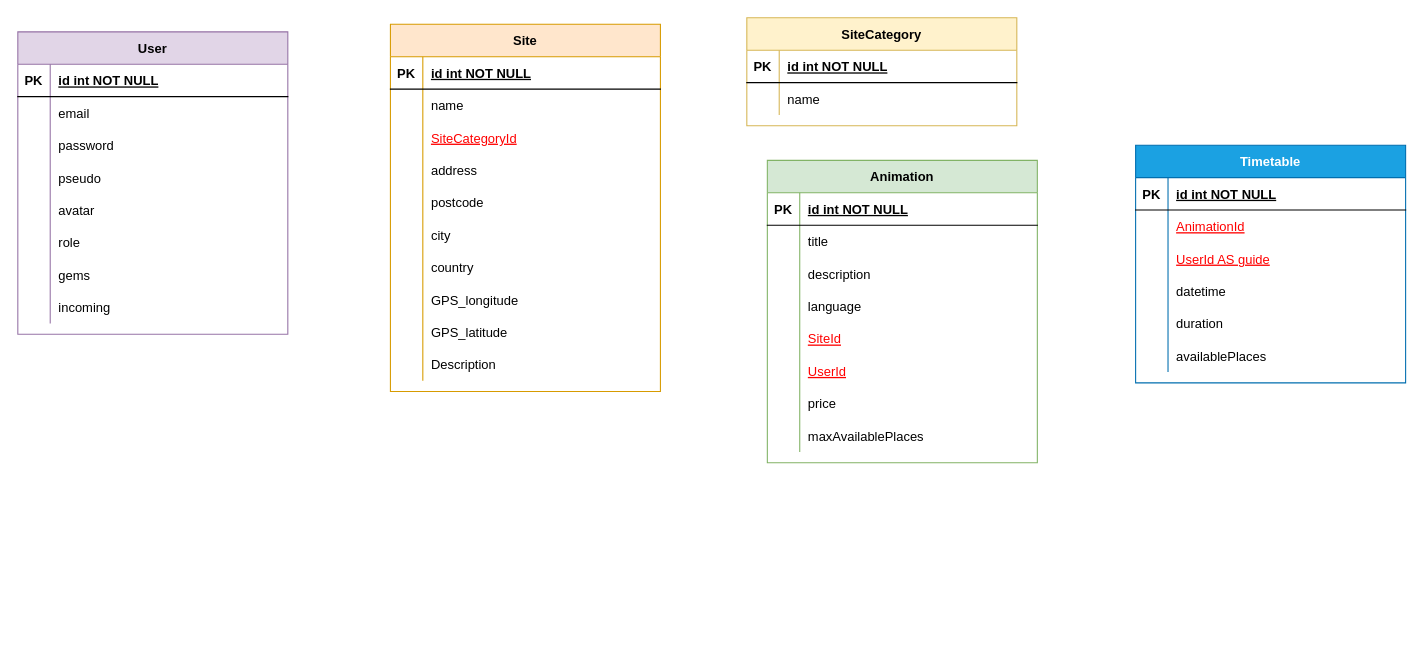
This is ressources/Untitled Diagram.drawio from DuboisCecile/Checkpoint-4-front, a draw.io file, before an edit. Source tidied: cells renumbered, new cells numbered last; positions are measured from the earlier drawing's top-left corner, leaving out a move shared by most shapes. Both pictures are drawn from the tidied source at 108%, with x=0, y=0 at pixel (17, 17).
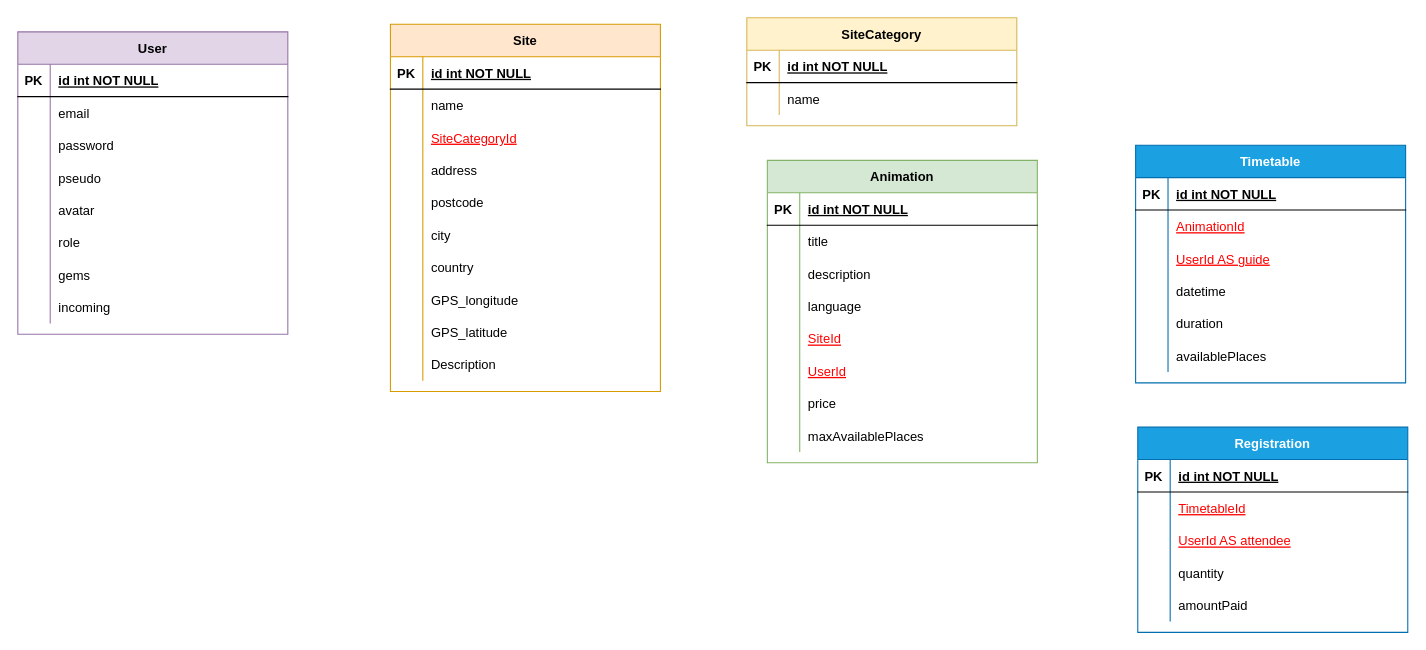
After the change.

Commit message:
Added Registration table

Change to the diagram source:
```diff
@@
+    <mxCell id="109" value="Registration" style="shape=table;startSize=30;childLayout=tableLayout;rowLines=0;fontStyle=1;align=center;fillColor=#1ba1e2;strokeColor=#006EAF;fontColor=#ffffff;" parent="1" vertex="1">
+      <mxGeometry x="1037" y="379" width="250" height="190" as="geometry" />
+    </mxCell>
+    <mxCell id="110" style="shape=partialRectangle;fillColor=none;top=0;left=0;right=0;bottom=1;" parent="109" vertex="1">
+      <mxGeometry y="30" width="250" height="30" as="geometry" />
+    </mxCell>
+    <mxCell id="111" value="PK" style="shape=partialRectangle;overflow=hidden;fillColor=none;top=0;left=0;bottom=0;right=0;fontStyle=1;" parent="110" vertex="1">
+      <mxGeometry width="30" height="30" as="geometry" />
+    </mxCell>
+    <mxCell id="112" value="id int NOT NULL " style="shape=partialRectangle;overflow=hidden;fillColor=none;top=0;left=0;bottom=0;right=0;align=left;spacingLeft=6;fontStyle=5;" parent="110" vertex="1">
+      <mxGeometry x="30" width="220" height="30" as="geometry" />
+    </mxCell>
+    <mxCell id="113" style="shape=partialRectangle;fillColor=none;top=0;left=0;bottom=0;right=0;" parent="109" vertex="1">
+      <mxGeometry y="60" width="250" height="30" as="geometry" />
+    </mxCell>
+    <mxCell id="114" style="shape=partialRectangle;fillColor=none;top=0;left=0;bottom=0;right=0;overflow=hidden;" parent="113" vertex="1">
+      <mxGeometry width="30" height="30" as="geometry" />
+    </mxCell>
+    <mxCell id="115" value="TimetableId" style="shape=partialRectangle;fillColor=none;top=0;left=0;bottom=0;right=0;align=left;spacingLeft=6;overflow=hidden;fontStyle=4;fontColor=#FF0000;" parent="113" vertex="1">
+      <mxGeometry x="30" width="220" height="30" as="geometry" />
+    </mxCell>
+    <mxCell id="116" style="shape=partialRectangle;fillColor=none;top=0;left=0;bottom=0;right=0;" parent="109" vertex="1">
+      <mxGeometry y="90" width="250" height="30" as="geometry" />
+    </mxCell>
+    <mxCell id="117" style="shape=partialRectangle;fillColor=none;top=0;left=0;bottom=0;right=0;overflow=hidden;" parent="116" vertex="1">
+      <mxGeometry width="30" height="30" as="geometry" />
+    </mxCell>
+    <mxCell id="118" value="UserId AS attendee" style="shape=partialRectangle;fillColor=none;top=0;left=0;bottom=0;right=0;align=left;spacingLeft=6;overflow=hidden;fontStyle=4;fontColor=#FF0000;" parent="116" vertex="1">
+      <mxGeometry x="30" width="220" height="30" as="geometry" />
+    </mxCell>
+    <mxCell id="119" style="shape=partialRectangle;fillColor=none;top=0;left=0;right=0;bottom=0;" parent="109" vertex="1">
+      <mxGeometry y="120" width="250" height="30" as="geometry" />
+    </mxCell>
+    <mxCell id="120" style="shape=partialRectangle;overflow=hidden;fillColor=none;top=0;left=0;bottom=0;right=0;" parent="119" vertex="1">
+      <mxGeometry width="30" height="30" as="geometry" />
+    </mxCell>
+    <mxCell id="121" value="quantity" style="shape=partialRectangle;overflow=hidden;fillColor=none;top=0;left=0;bottom=0;right=0;align=left;spacingLeft=6;" parent="119" vertex="1">
+      <mxGeometry x="30" width="220" height="30" as="geometry" />
+    </mxCell>
+    <mxCell id="122" style="shape=partialRectangle;fillColor=none;top=0;left=0;bottom=0;right=0;" parent="109" vertex="1">
+      <mxGeometry y="150" width="250" height="30" as="geometry" />
+    </mxCell>
+    <mxCell id="123" style="shape=partialRectangle;fillColor=none;top=0;left=0;bottom=0;right=0;overflow=hidden;" parent="122" vertex="1">
+      <mxGeometry width="30" height="30" as="geometry" />
+    </mxCell>
+    <mxCell id="124" value="amountPaid" style="shape=partialRectangle;fillColor=none;top=0;left=0;bottom=0;right=0;align=left;spacingLeft=6;overflow=hidden;" parent="122" vertex="1">
+      <mxGeometry x="30" width="220" height="30" as="geometry" />
+    </mxCell>
```
